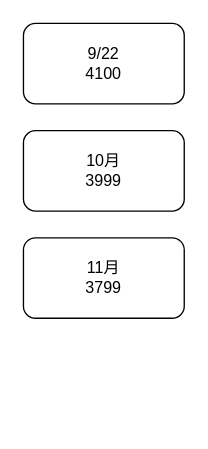
Before: draw.io/house.drawio in minegishirei/psy, a draw.io diagram. Source tidied: cells renumbered, new cells numbered last; positions are measured from the earlier drawing's top-left corner, leaving out a move shared by most shapes. Both pictures are drawn from the tidied source at 134%, with x=0, y=0 at pixel (23, 23).
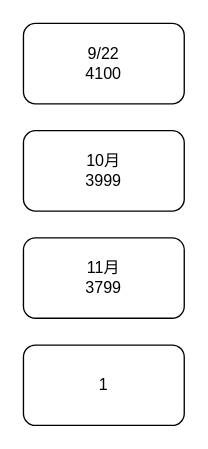
After the change.

Commit message (it also covers changes not shown here):
house.drawio を更新します

What changed in the source:
```diff
@@
 <mxGraphModel>
   <root>
     <mxCell id="0" />
     <mxCell id="1" parent="0" />
     <mxCell id="2" value="&lt;div&gt;9/22&lt;/div&gt;&lt;div&gt;4100&lt;/div&gt;" style="rounded=1;whiteSpace=wrap;html=1;" parent="1" vertex="1">
       <mxGeometry width="120" height="60" as="geometry" />
     </mxCell>
     <mxCell id="3" value="&lt;div&gt;10月&lt;/div&gt;&lt;div&gt;3999&lt;/div&gt;" style="rounded=1;whiteSpace=wrap;html=1;" parent="1" vertex="1">
       <mxGeometry y="80" width="120" height="60" as="geometry" />
     </mxCell>
     <mxCell id="4" value="&lt;div&gt;11月&lt;/div&gt;&lt;div&gt;3799&lt;/div&gt;" style="rounded=1;whiteSpace=wrap;html=1;" parent="1" vertex="1">
       <mxGeometry y="160" width="120" height="60" as="geometry" />
     </mxCell>
+    <mxCell id="5" value="&lt;div&gt;1&lt;/div&gt;" style="rounded=1;whiteSpace=wrap;html=1;" parent="1" vertex="1">
+      <mxGeometry y="240" width="120" height="60" as="geometry" />
+    </mxCell>
   </root>
 </mxGraphModel>
```
